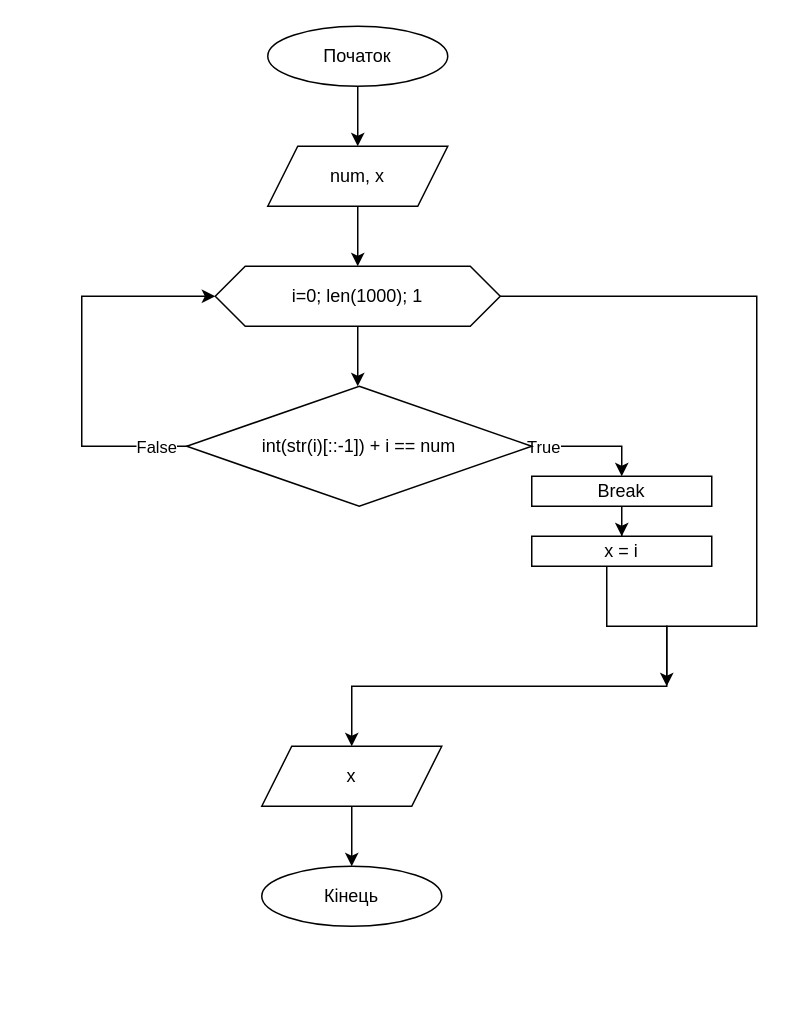
This is LabWork_6/doc/lab6.drawio.xml from Figeiron/LabWork, a draw.io file, before an edit. Source tidied: cells renumbered, new cells numbered last; positions are measured from the earlier drawing's top-left corner, leaving out a move shared by most shapes. Both pictures are drawn from the tidied source at 150%, with x=0, y=0 at pixel (81, 26).
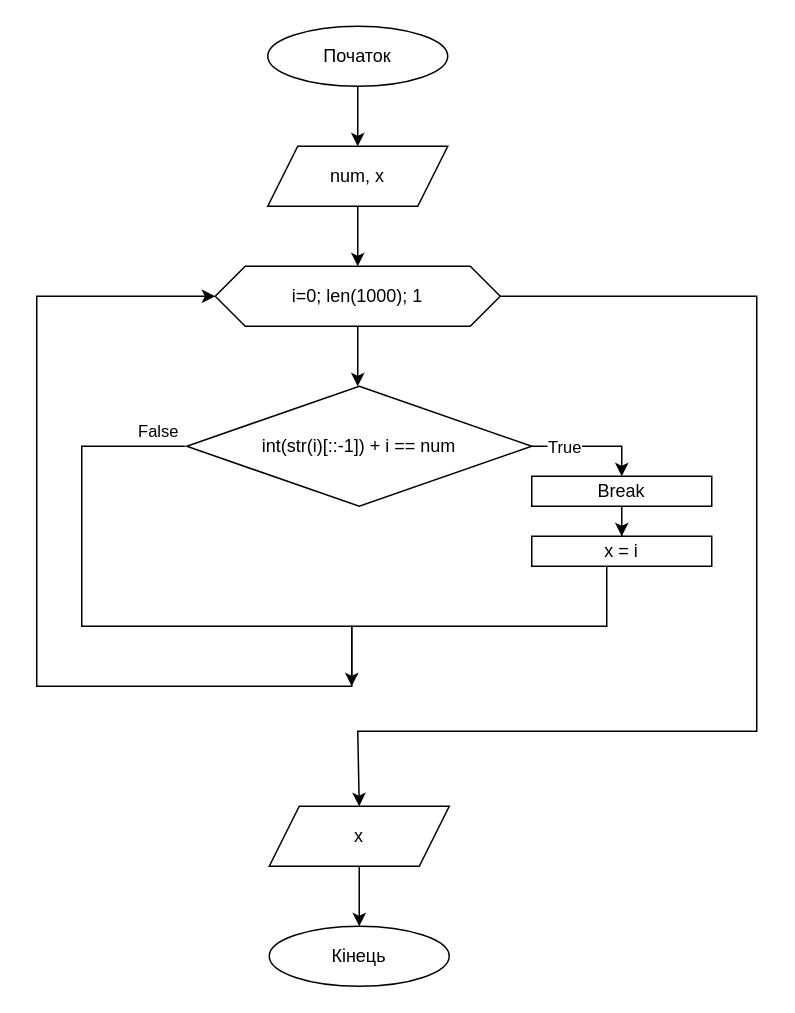
After the change.

Commit message (it also covers changes not shown here):
LabWork6! rework solution1

Unchanged cells that the change refers to:
```xml
<mxCell id="8" value="i=0; len(1000); 1" style="shape=hexagon;perimeter=hexagonPerimeter2;whiteSpace=wrap;html=1;fixedSize=1;" parent="1" vertex="1">
  <mxGeometry x="89" y="160" width="190" height="40" as="geometry" />
</mxCell>
<mxCell id="9" style="edgeStyle=orthogonalEdgeStyle;rounded=0;jettySize=auto;html=1;exitX=1;exitY=0.5;exitDx=0;exitDy=0;entryX=0.5;entryY=0;entryDx=0;entryDy=0;" parent="1" edge="1" source="13" target="16">
  <mxGeometry relative="1" as="geometry" />
</mxCell>
```

The edit, as a diff of the source:
```diff
@@
-    <mxCell id="7" style="edgeStyle=orthogonalEdgeStyle;rounded=0;jettySize=auto;html=1;" parent="1" edge="1" source="8">
+    <mxCell id="7" style="edgeStyle=orthogonalEdgeStyle;rounded=0;jettySize=auto;html=1;entryX=0.5;entryY=0;entryDx=0;entryDy=0;" parent="1" edge="1" source="8" target="19">
       <mxGeometry relative="1" as="geometry">
-        <mxPoint x="180" y="480" as="targetPoint" />
         <Array as="points">
           <mxPoint x="450" y="180" />
-          <mxPoint x="450" y="400" />
-          <mxPoint x="390" y="400" />
-          <mxPoint x="390" y="440" />
-          <mxPoint x="180" y="440" />
+          <mxPoint x="450" y="470" />
+          <mxPoint x="184" y="470" />
+          <mxPoint x="184" y="520" />
         </Array>
       </mxGeometry>
     </mxCell>
@@
     <mxCell id="10" value="True" style="edgeLabel;html=1;align=center;verticalAlign=middle;" parent="9" vertex="1">
       <mxGeometry x="-0.28" y="-1" relative="1" as="geometry">
-        <mxPoint x="-22" y="-1" as="offset" />
+        <mxPoint x="-8" y="-1" as="offset" />
       </mxGeometry>
     </mxCell>
-    <mxCell id="11" style="edgeStyle=orthogonalEdgeStyle;rounded=0;jettySize=auto;html=1;" parent="1" edge="1" target="8">
+    <mxCell id="11" style="edgeStyle=orthogonalEdgeStyle;rounded=0;jettySize=auto;html=1;entryX=0;entryY=0.5;entryDx=0;entryDy=0;" parent="1" edge="1" target="8">
       <mxGeometry relative="1" as="geometry">
-        <mxPoint x="98.8" y="280" as="sourcePoint" />
+        <mxPoint x="68.8" y="280" as="sourcePoint" />
         <Array as="points">
           <mxPoint y="280" />
-          <mxPoint y="180" />
+          <mxPoint y="400" />
+          <mxPoint x="180" y="400" />
+          <mxPoint x="180" y="440" />
+          <mxPoint x="-30" y="440" />
+          <mxPoint x="-30" y="180" />
         </Array>
       </mxGeometry>
     </mxCell>
     <mxCell id="12" value="False" style="edgeLabel;html=1;align=center;verticalAlign=middle;" parent="11" vertex="1">
       <mxGeometry x="-0.72" y="4" relative="1" as="geometry">
-        <mxPoint x="-9" y="-4" as="offset" />
+        <mxPoint x="46" y="-82" as="offset" />
       </mxGeometry>
     </mxCell>
@@
     <mxCell id="14" style="edgeStyle=orthogonalEdgeStyle;rounded=0;orthogonalLoop=1;jettySize=auto;html=1;" parent="1" edge="1">
       <mxGeometry relative="1" as="geometry">
         <mxPoint x="350" y="360" as="sourcePoint" />
-        <mxPoint x="390" y="440" as="targetPoint" />
+        <mxPoint x="180" y="440" as="targetPoint" />
         <Array as="points">
           <mxPoint x="350" y="400" />
-          <mxPoint x="390" y="400" />
+          <mxPoint x="180" y="400" />
         </Array>
       </mxGeometry>
     </mxCell>
@@
     <mxCell id="19" value="x" style="shape=parallelogram;perimeter=parallelogramPerimeter;whiteSpace=wrap;html=1;fixedSize=1;" parent="1" vertex="1">
-      <mxGeometry x="120" y="480" width="120" height="40" as="geometry" />
+      <mxGeometry x="125" y="520" width="120" height="40" as="geometry" />
     </mxCell>
     <mxCell id="20" value="Кінець" style="ellipse;whiteSpace=wrap;html=1;" parent="1" vertex="1">
-      <mxGeometry x="120" y="560" width="120" height="40" as="geometry" />
+      <mxGeometry x="125" y="600" width="120" height="40" as="geometry" />
     </mxCell>
```
